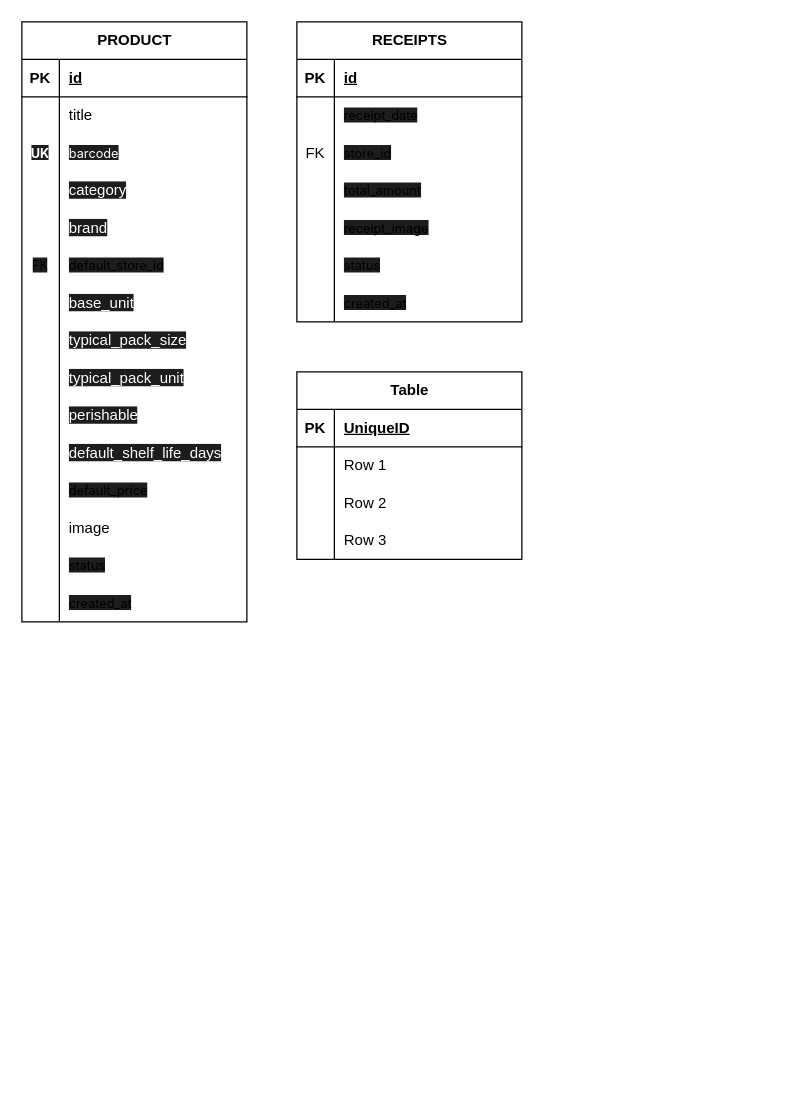
Before: Projects/Еда/Docs/Диаграмма без названия.drawio in smeryse/Knowledge-Base, a draw.io diagram. Source tidied: cells renumbered, new cells numbered last; positions are measured from the earlier drawing's top-left corner, leaving out a move shared by most shapes. Both pictures are drawn from the tidied source at 125%, with x=0, y=0 at pixel (21, 21).
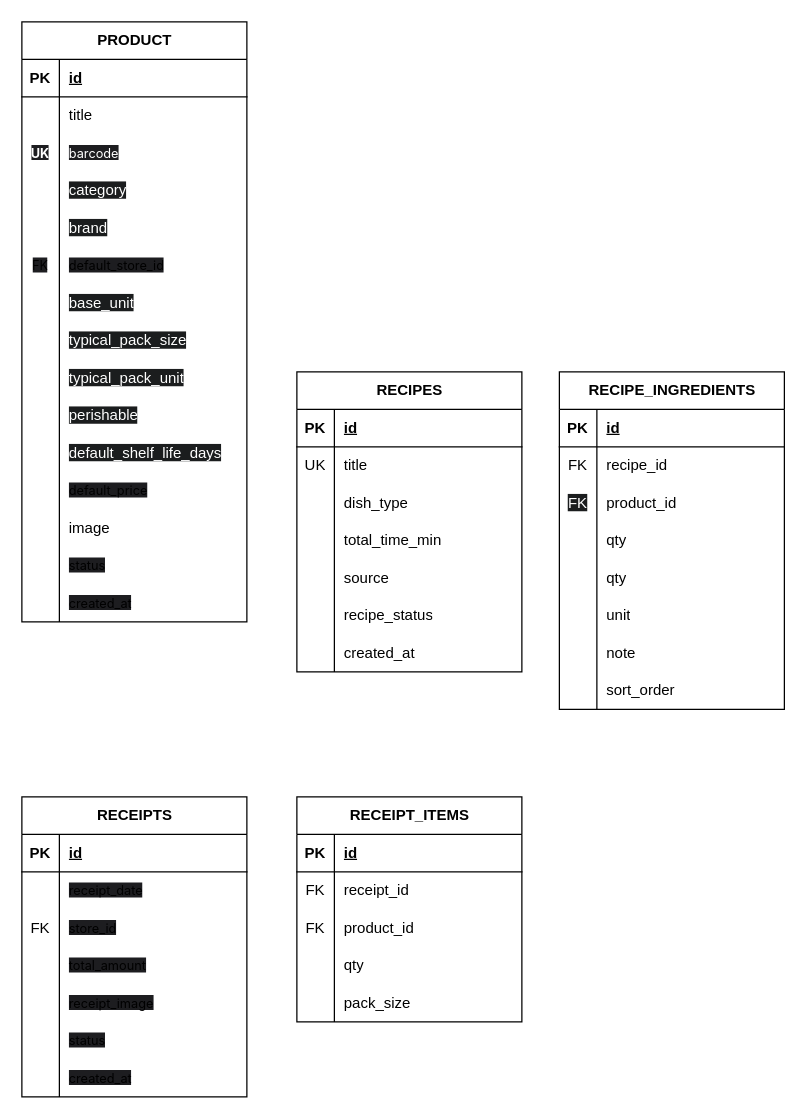
The same diagram, later.

Unchanged cells that the change refers to:
```xml
<mxCell id="71" style="shape=tableRow;horizontal=0;startSize=0;swimlaneHead=0;swimlaneBody=0;fillColor=none;top=0;left=0;right=0;bottom=1;" parent="70" vertex="1">
  <mxGeometry y="30" width="180" height="30" as="geometry" />
</mxCell>
<mxCell id="74" style="shape=tableRow;horizontal=0;startSize=0;swimlaneHead=0;swimlaneBody=0;fillColor=none;top=0;left=0;right=0;bottom=0;" parent="70" vertex="1">
  <mxGeometry y="60" width="180" height="30" as="geometry" />
</mxCell>
<mxCell id="77" style="shape=tableRow;horizontal=0;startSize=0;swimlaneHead=0;swimlaneBody=0;fillColor=none;top=0;left=0;right=0;bottom=0;" parent="70" vertex="1">
  <mxGeometry y="90" width="180" height="30" as="geometry" />
</mxCell>
<mxCell id="80" style="shape=tableRow;horizontal=0;startSize=0;swimlaneHead=0;swimlaneBody=0;fillColor=none;top=0;left=0;right=0;bottom=0;" parent="70" vertex="1">
  <mxGeometry y="120" width="180" height="30" as="geometry" />
</mxCell>
```

Change to the diagram source:
```diff
@@
     <mxCell id="48" value="RECEIPTS" style="shape=table;startSize=30;childLayout=tableLayout;rowLines=0;fontStyle=1;align=center;html=1;" parent="1" vertex="1">
-      <mxGeometry x="220" width="180" height="240" as="geometry" />
+      <mxGeometry y="620" width="180" height="240" as="geometry" />
     </mxCell>
@@
-    <mxCell id="70" value="Table" style="shape=table;startSize=30;childLayout=tableLayout;rowLines=0;fontStyle=1;align=center;html=1;" parent="1" vertex="1">
-      <mxGeometry x="220" y="280" width="180" height="150" as="geometry" />
+    <mxCell id="70" value="RECIPES" style="shape=table;startSize=30;childLayout=tableLayout;rowLines=0;fontStyle=1;align=center;html=1;" parent="1" vertex="1">
+      <mxGeometry x="220" y="280" width="180" height="240" as="geometry" />
     </mxCell>
@@
-    <mxCell id="73" value="UniqueID" style="shape=partialRectangle;fillColor=none;top=0;left=0;bottom=0;right=0;align=left;spacingLeft=6;fontStyle=5;overflow=hidden;whiteSpace=wrap;html=1;" parent="71" vertex="1">
+    <mxCell id="73" value="id" style="shape=partialRectangle;fillColor=none;top=0;left=0;bottom=0;right=0;align=left;spacingLeft=6;fontStyle=5;overflow=hidden;whiteSpace=wrap;html=1;" parent="71" vertex="1">
       <mxGeometry x="30" width="150" height="30" as="geometry" />
     </mxCell>
@@
-    <mxCell id="75" style="shape=partialRectangle;fillColor=none;top=0;left=0;bottom=0;right=0;overflow=hidden;whiteSpace=wrap;html=1;" parent="74" vertex="1">
+    <mxCell id="75" value="UK" style="shape=partialRectangle;fillColor=none;top=0;left=0;bottom=0;right=0;overflow=hidden;whiteSpace=wrap;html=1;" parent="74" vertex="1">
       <mxGeometry width="30" height="30" as="geometry" />
     </mxCell>
-    <mxCell id="76" value="Row 1" style="shape=partialRectangle;fillColor=none;top=0;left=0;bottom=0;right=0;align=left;spacingLeft=6;overflow=hidden;whiteSpace=wrap;html=1;" parent="74" vertex="1">
+    <mxCell id="76" value="title" style="shape=partialRectangle;fillColor=none;top=0;left=0;bottom=0;right=0;align=left;spacingLeft=6;overflow=hidden;whiteSpace=wrap;html=1;" parent="74" vertex="1">
       <mxGeometry x="30" width="150" height="30" as="geometry" />
     </mxCell>
@@
-    <mxCell id="79" value="Row 2" style="shape=partialRectangle;fillColor=none;top=0;left=0;bottom=0;right=0;align=left;spacingLeft=6;overflow=hidden;whiteSpace=wrap;html=1;" parent="77" vertex="1">
+    <mxCell id="79" value="dish_type" style="shape=partialRectangle;fillColor=none;top=0;left=0;bottom=0;right=0;align=left;spacingLeft=6;overflow=hidden;whiteSpace=wrap;html=1;" parent="77" vertex="1">
       <mxGeometry x="30" width="150" height="30" as="geometry" />
     </mxCell>
@@
-    <mxCell id="82" value="Row 3" style="shape=partialRectangle;fillColor=none;top=0;left=0;bottom=0;right=0;align=left;spacingLeft=6;overflow=hidden;whiteSpace=wrap;html=1;" parent="80" vertex="1">
+    <mxCell id="82" value="total_time_min" style="shape=partialRectangle;fillColor=none;top=0;left=0;bottom=0;right=0;align=left;spacingLeft=6;overflow=hidden;whiteSpace=wrap;html=1;" parent="80" vertex="1">
       <mxGeometry x="30" width="150" height="30" as="geometry" />
     </mxCell>
+    <mxCell id="83" style="shape=tableRow;horizontal=0;startSize=0;swimlaneHead=0;swimlaneBody=0;fillColor=none;top=0;left=0;right=0;bottom=0;" parent="70" vertex="1">
+      <mxGeometry y="150" width="180" height="30" as="geometry" />
+    </mxCell>
+    <mxCell id="84" style="shape=partialRectangle;fillColor=none;top=0;left=0;bottom=0;right=0;overflow=hidden;whiteSpace=wrap;html=1;" parent="83" vertex="1">
+      <mxGeometry width="30" height="30" as="geometry" />
+    </mxCell>
+    <mxCell id="85" value="source" style="shape=partialRectangle;fillColor=none;top=0;left=0;bottom=0;right=0;align=left;spacingLeft=6;overflow=hidden;whiteSpace=wrap;html=1;" parent="83" vertex="1">
+      <mxGeometry x="30" width="150" height="30" as="geometry" />
+    </mxCell>
+    <mxCell id="86" style="shape=tableRow;horizontal=0;startSize=0;swimlaneHead=0;swimlaneBody=0;fillColor=none;top=0;left=0;right=0;bottom=0;" parent="70" vertex="1">
+      <mxGeometry y="180" width="180" height="30" as="geometry" />
+    </mxCell>
+    <mxCell id="87" style="shape=partialRectangle;fillColor=none;top=0;left=0;bottom=0;right=0;overflow=hidden;whiteSpace=wrap;html=1;" parent="86" vertex="1">
+      <mxGeometry width="30" height="30" as="geometry" />
+    </mxCell>
+    <mxCell id="88" value="recipe_status" style="shape=partialRectangle;fillColor=none;top=0;left=0;bottom=0;right=0;align=left;spacingLeft=6;overflow=hidden;whiteSpace=wrap;html=1;" parent="86" vertex="1">
+      <mxGeometry x="30" width="150" height="30" as="geometry" />
+    </mxCell>
+    <mxCell id="89" style="shape=tableRow;horizontal=0;startSize=0;swimlaneHead=0;swimlaneBody=0;fillColor=none;top=0;left=0;right=0;bottom=0;" parent="70" vertex="1">
+      <mxGeometry y="210" width="180" height="30" as="geometry" />
+    </mxCell>
+    <mxCell id="90" style="shape=partialRectangle;fillColor=none;top=0;left=0;bottom=0;right=0;overflow=hidden;whiteSpace=wrap;html=1;" parent="89" vertex="1">
+      <mxGeometry width="30" height="30" as="geometry" />
+    </mxCell>
+    <mxCell id="91" value="created_at" style="shape=partialRectangle;fillColor=none;top=0;left=0;bottom=0;right=0;align=left;spacingLeft=6;overflow=hidden;whiteSpace=wrap;html=1;" parent="89" vertex="1">
+      <mxGeometry x="30" width="150" height="30" as="geometry" />
+    </mxCell>
+    <mxCell id="92" value="RECIPE_INGREDIENTS" style="shape=table;startSize=30;childLayout=tableLayout;rowLines=0;fontStyle=1;align=center;html=1;" parent="1" vertex="1">
+      <mxGeometry x="430" y="280" width="180" height="270" as="geometry" />
+    </mxCell>
+    <mxCell id="93" style="shape=tableRow;horizontal=0;startSize=0;swimlaneHead=0;swimlaneBody=0;fillColor=none;top=0;left=0;right=0;bottom=1;" parent="92" vertex="1">
+      <mxGeometry y="30" width="180" height="30" as="geometry" />
+    </mxCell>
+    <mxCell id="94" value="PK" style="shape=partialRectangle;fillColor=none;top=0;left=0;bottom=0;right=0;fontStyle=1;overflow=hidden;whiteSpace=wrap;html=1;" parent="93" vertex="1">
+      <mxGeometry width="30" height="30" as="geometry" />
+    </mxCell>
+    <mxCell id="95" value="id" style="shape=partialRectangle;fillColor=none;top=0;left=0;bottom=0;right=0;align=left;spacingLeft=6;fontStyle=5;overflow=hidden;whiteSpace=wrap;html=1;" parent="93" vertex="1">
+      <mxGeometry x="30" width="150" height="30" as="geometry" />
+    </mxCell>
+    <mxCell id="96" style="shape=tableRow;horizontal=0;startSize=0;swimlaneHead=0;swimlaneBody=0;fillColor=none;top=0;left=0;right=0;bottom=0;" parent="92" vertex="1">
+      <mxGeometry y="60" width="180" height="30" as="geometry" />
+    </mxCell>
+    <mxCell id="97" value="FK" style="shape=partialRectangle;fillColor=none;top=0;left=0;bottom=0;right=0;overflow=hidden;whiteSpace=wrap;html=1;" parent="96" vertex="1">
+      <mxGeometry width="30" height="30" as="geometry" />
+    </mxCell>
+    <mxCell id="98" value="recipe_id" style="shape=partialRectangle;fillColor=none;top=0;left=0;bottom=0;right=0;align=left;spacingLeft=6;overflow=hidden;whiteSpace=wrap;html=1;" parent="96" vertex="1">
+      <mxGeometry x="30" width="150" height="30" as="geometry" />
+    </mxCell>
+    <mxCell id="99" style="shape=tableRow;horizontal=0;startSize=0;swimlaneHead=0;swimlaneBody=0;fillColor=none;top=0;left=0;right=0;bottom=0;" parent="92" vertex="1">
+      <mxGeometry y="90" width="180" height="30" as="geometry" />
+    </mxCell>
+    <mxCell id="100" value="&lt;span style=&quot;color: rgb(255, 255, 255); font-family: Helvetica; font-size: 12px; font-style: normal; font-variant-ligatures: normal; font-variant-caps: normal; font-weight: 400; letter-spacing: normal; orphans: 2; text-align: center; text-indent: 0px; text-transform: none; widows: 2; word-spacing: 0px; -webkit-text-stroke-width: 0px; white-space: normal; background-color: rgb(27, 29, 30); text-decoration-thickness: initial; text-decoration-style: initial; text-decoration-color: initial; display: inline !important; float: none;&quot;&gt;FK&lt;/span&gt;" style="shape=partialRectangle;fillColor=none;top=0;left=0;bottom=0;right=0;overflow=hidden;whiteSpace=wrap;html=1;" parent="99" vertex="1">
+      <mxGeometry width="30" height="30" as="geometry" />
+    </mxCell>
+    <mxCell id="101" value="product_id" style="shape=partialRectangle;fillColor=none;top=0;left=0;bottom=0;right=0;align=left;spacingLeft=6;overflow=hidden;whiteSpace=wrap;html=1;" parent="99" vertex="1">
+      <mxGeometry x="30" width="150" height="30" as="geometry" />
+    </mxCell>
+    <mxCell id="102" style="shape=tableRow;horizontal=0;startSize=0;swimlaneHead=0;swimlaneBody=0;fillColor=none;top=0;left=0;right=0;bottom=0;" parent="92" vertex="1">
+      <mxGeometry y="120" width="180" height="30" as="geometry" />
+    </mxCell>
+    <mxCell id="103" style="shape=partialRectangle;fillColor=none;top=0;left=0;bottom=0;right=0;overflow=hidden;whiteSpace=wrap;html=1;" parent="102" vertex="1">
+      <mxGeometry width="30" height="30" as="geometry" />
+    </mxCell>
+    <mxCell id="104" value="qty" style="shape=partialRectangle;fillColor=none;top=0;left=0;bottom=0;right=0;align=left;spacingLeft=6;overflow=hidden;whiteSpace=wrap;html=1;" parent="102" vertex="1">
+      <mxGeometry x="30" width="150" height="30" as="geometry" />
+    </mxCell>
+    <mxCell id="105" style="shape=tableRow;horizontal=0;startSize=0;swimlaneHead=0;swimlaneBody=0;fillColor=none;top=0;left=0;right=0;bottom=0;" parent="92" vertex="1">
+      <mxGeometry y="150" width="180" height="30" as="geometry" />
+    </mxCell>
+    <mxCell id="106" style="shape=partialRectangle;fillColor=none;top=0;left=0;bottom=0;right=0;overflow=hidden;whiteSpace=wrap;html=1;" parent="105" vertex="1">
+      <mxGeometry width="30" height="30" as="geometry" />
+    </mxCell>
+    <mxCell id="107" value="qty" style="shape=partialRectangle;fillColor=none;top=0;left=0;bottom=0;right=0;align=left;spacingLeft=6;overflow=hidden;whiteSpace=wrap;html=1;" parent="105" vertex="1">
+      <mxGeometry x="30" width="150" height="30" as="geometry" />
+    </mxCell>
+    <mxCell id="108" style="shape=tableRow;horizontal=0;startSize=0;swimlaneHead=0;swimlaneBody=0;fillColor=none;top=0;left=0;right=0;bottom=0;" parent="92" vertex="1">
+      <mxGeometry y="180" width="180" height="30" as="geometry" />
+    </mxCell>
+    <mxCell id="109" style="shape=partialRectangle;fillColor=none;top=0;left=0;bottom=0;right=0;overflow=hidden;whiteSpace=wrap;html=1;" parent="108" vertex="1">
+      <mxGeometry width="30" height="30" as="geometry" />
+    </mxCell>
+    <mxCell id="110" value="unit" style="shape=partialRectangle;fillColor=none;top=0;left=0;bottom=0;right=0;align=left;spacingLeft=6;overflow=hidden;whiteSpace=wrap;html=1;" parent="108" vertex="1">
+      <mxGeometry x="30" width="150" height="30" as="geometry" />
+    </mxCell>
+    <mxCell id="111" style="shape=tableRow;horizontal=0;startSize=0;swimlaneHead=0;swimlaneBody=0;fillColor=none;top=0;left=0;right=0;bottom=0;" parent="92" vertex="1">
+      <mxGeometry y="210" width="180" height="30" as="geometry" />
+    </mxCell>
+    <mxCell id="112" style="shape=partialRectangle;fillColor=none;top=0;left=0;bottom=0;right=0;overflow=hidden;whiteSpace=wrap;html=1;" parent="111" vertex="1">
+      <mxGeometry width="30" height="30" as="geometry" />
+    </mxCell>
+    <mxCell id="113" value="note" style="shape=partialRectangle;fillColor=none;top=0;left=0;bottom=0;right=0;align=left;spacingLeft=6;overflow=hidden;whiteSpace=wrap;html=1;" parent="111" vertex="1">
+      <mxGeometry x="30" width="150" height="30" as="geometry" />
+    </mxCell>
+    <mxCell id="114" style="shape=tableRow;horizontal=0;startSize=0;swimlaneHead=0;swimlaneBody=0;fillColor=none;top=0;left=0;right=0;bottom=0;" parent="92" vertex="1">
+      <mxGeometry y="240" width="180" height="30" as="geometry" />
+    </mxCell>
+    <mxCell id="115" style="shape=partialRectangle;fillColor=none;top=0;left=0;bottom=0;right=0;overflow=hidden;whiteSpace=wrap;html=1;" parent="114" vertex="1">
+      <mxGeometry width="30" height="30" as="geometry" />
+    </mxCell>
+    <mxCell id="116" value="sort_order" style="shape=partialRectangle;fillColor=none;top=0;left=0;bottom=0;right=0;align=left;spacingLeft=6;overflow=hidden;whiteSpace=wrap;html=1;" parent="114" vertex="1">
+      <mxGeometry x="30" width="150" height="30" as="geometry" />
+    </mxCell>
+    <mxCell id="117" value="RECEIPT_ITEMS" style="shape=table;startSize=30;childLayout=tableLayout;rowLines=0;fontStyle=1;align=center;html=1;" parent="1" vertex="1">
+      <mxGeometry x="220" y="620" width="180" height="180" as="geometry" />
+    </mxCell>
+    <mxCell id="118" style="shape=tableRow;horizontal=0;startSize=0;swimlaneHead=0;swimlaneBody=0;fillColor=none;top=0;left=0;right=0;bottom=1;" parent="117" vertex="1">
+      <mxGeometry y="30" width="180" height="30" as="geometry" />
+    </mxCell>
+    <mxCell id="119" value="PK" style="shape=partialRectangle;fillColor=none;top=0;left=0;bottom=0;right=0;fontStyle=1;overflow=hidden;whiteSpace=wrap;html=1;" parent="118" vertex="1">
+      <mxGeometry width="30" height="30" as="geometry" />
+    </mxCell>
+    <mxCell id="120" value="id" style="shape=partialRectangle;fillColor=none;top=0;left=0;bottom=0;right=0;align=left;spacingLeft=6;fontStyle=5;overflow=hidden;whiteSpace=wrap;html=1;" parent="118" vertex="1">
+      <mxGeometry x="30" width="150" height="30" as="geometry" />
+    </mxCell>
+    <mxCell id="121" style="shape=tableRow;horizontal=0;startSize=0;swimlaneHead=0;swimlaneBody=0;fillColor=none;top=0;left=0;right=0;bottom=0;" parent="117" vertex="1">
+      <mxGeometry y="60" width="180" height="30" as="geometry" />
+    </mxCell>
+    <mxCell id="122" value="FK" style="shape=partialRectangle;fillColor=none;top=0;left=0;bottom=0;right=0;overflow=hidden;whiteSpace=wrap;html=1;" parent="121" vertex="1">
+      <mxGeometry width="30" height="30" as="geometry" />
+    </mxCell>
+    <mxCell id="123" value="receipt_id" style="shape=partialRectangle;fillColor=none;top=0;left=0;bottom=0;right=0;align=left;spacingLeft=6;overflow=hidden;whiteSpace=wrap;html=1;" parent="121" vertex="1">
+      <mxGeometry x="30" width="150" height="30" as="geometry" />
+    </mxCell>
+    <mxCell id="124" style="shape=tableRow;horizontal=0;startSize=0;swimlaneHead=0;swimlaneBody=0;fillColor=none;top=0;left=0;right=0;bottom=0;" parent="117" vertex="1">
+      <mxGeometry y="90" width="180" height="30" as="geometry" />
+    </mxCell>
+    <mxCell id="125" value="FK" style="shape=partialRectangle;fillColor=none;top=0;left=0;bottom=0;right=0;overflow=hidden;whiteSpace=wrap;html=1;" parent="124" vertex="1">
+      <mxGeometry width="30" height="30" as="geometry" />
+    </mxCell>
+    <mxCell id="126" value="product_id" style="shape=partialRectangle;fillColor=none;top=0;left=0;bottom=0;right=0;align=left;spacingLeft=6;overflow=hidden;whiteSpace=wrap;html=1;" parent="124" vertex="1">
+      <mxGeometry x="30" width="150" height="30" as="geometry" />
+    </mxCell>
+    <mxCell id="127" style="shape=tableRow;horizontal=0;startSize=0;swimlaneHead=0;swimlaneBody=0;fillColor=none;top=0;left=0;right=0;bottom=0;" parent="117" vertex="1">
+      <mxGeometry y="120" width="180" height="30" as="geometry" />
+    </mxCell>
+    <mxCell id="128" style="shape=partialRectangle;fillColor=none;top=0;left=0;bottom=0;right=0;overflow=hidden;whiteSpace=wrap;html=1;" parent="127" vertex="1">
+      <mxGeometry width="30" height="30" as="geometry" />
+    </mxCell>
+    <mxCell id="129" value="qty" style="shape=partialRectangle;fillColor=none;top=0;left=0;bottom=0;right=0;align=left;spacingLeft=6;overflow=hidden;whiteSpace=wrap;html=1;" parent="127" vertex="1">
+      <mxGeometry x="30" width="150" height="30" as="geometry" />
+    </mxCell>
+    <mxCell id="130" style="shape=tableRow;horizontal=0;startSize=0;swimlaneHead=0;swimlaneBody=0;fillColor=none;top=0;left=0;right=0;bottom=0;" parent="117" vertex="1">
+      <mxGeometry y="150" width="180" height="30" as="geometry" />
+    </mxCell>
+    <mxCell id="131" style="shape=partialRectangle;fillColor=none;top=0;left=0;bottom=0;right=0;overflow=hidden;whiteSpace=wrap;html=1;" parent="130" vertex="1">
+      <mxGeometry width="30" height="30" as="geometry" />
+    </mxCell>
+    <mxCell id="132" value="pack_size" style="shape=partialRectangle;fillColor=none;top=0;left=0;bottom=0;right=0;align=left;spacingLeft=6;overflow=hidden;whiteSpace=wrap;html=1;" parent="130" vertex="1">
+      <mxGeometry x="30" width="150" height="30" as="geometry" />
+    </mxCell>
```
